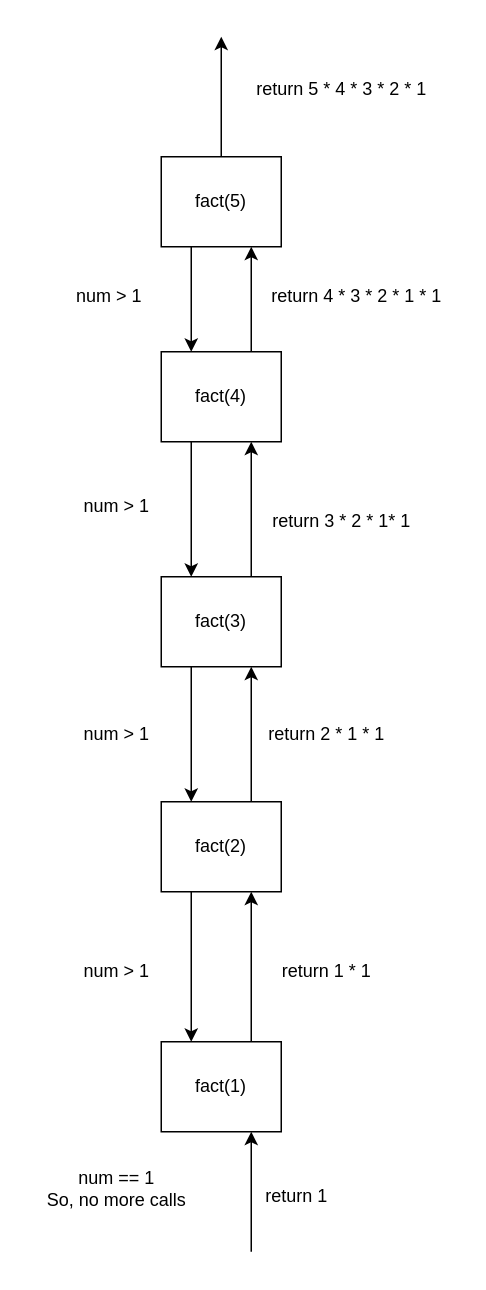
This is 02_Functions/recursion.drawio from Sri170303/Basic-JavaScript, a draw.io file, before an edit. Source tidied: cells renumbered, new cells numbered last; positions are measured from the earlier drawing's top-left corner, leaving out a move shared by most shapes. Both pictures are drawn from the tidied source at 150%, with x=0, y=0 at pixel (26, 36).
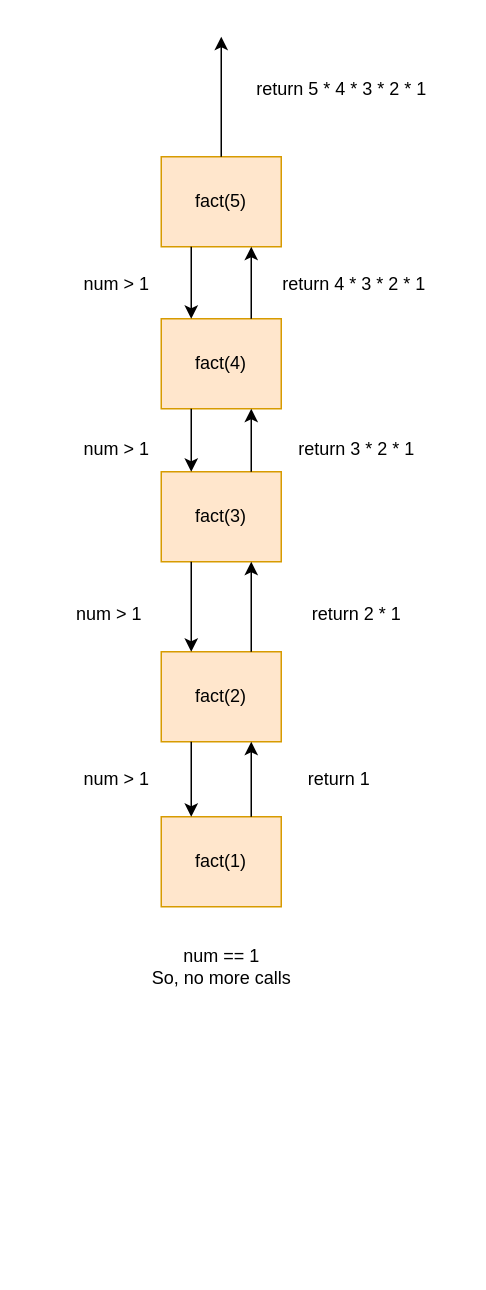
The same diagram, later.

Change to the diagram source:
```diff
@@
-    <mxCell id="2" value="fact(5)" style="rounded=0;whiteSpace=wrap;html=1;" parent="1" vertex="1">
+    <mxCell id="2" value="fact(5)" style="rounded=0;whiteSpace=wrap;html=1;fillColor=#ffe6cc;strokeColor=#d79b00;" parent="1" vertex="1">
       <mxGeometry x="90" y="80" width="80" height="60" as="geometry" />
     </mxCell>
-    <mxCell id="3" value="fact(4)" style="rounded=0;whiteSpace=wrap;html=1;" parent="1" vertex="1">
-      <mxGeometry x="90" y="210" width="80" height="60" as="geometry" />
+    <mxCell id="3" value="fact(4)" style="rounded=0;whiteSpace=wrap;html=1;fillColor=#ffe6cc;strokeColor=#d79b00;" parent="1" vertex="1">
+      <mxGeometry x="90" y="188" width="80" height="60" as="geometry" />
     </mxCell>
-    <mxCell id="4" value="fact(3)" style="rounded=0;whiteSpace=wrap;html=1;" parent="1" vertex="1">
-      <mxGeometry x="90" y="360" width="80" height="60" as="geometry" />
+    <mxCell id="4" value="fact(3)" style="rounded=0;whiteSpace=wrap;html=1;fillColor=#ffe6cc;strokeColor=#d79b00;" parent="1" vertex="1">
+      <mxGeometry x="90" y="290" width="80" height="60" as="geometry" />
     </mxCell>
-    <mxCell id="5" value="fact(2)" style="rounded=0;whiteSpace=wrap;html=1;" parent="1" vertex="1">
-      <mxGeometry x="90" y="510" width="80" height="60" as="geometry" />
+    <mxCell id="5" value="fact(2)" style="rounded=0;whiteSpace=wrap;html=1;fillColor=#ffe6cc;strokeColor=#d79b00;" parent="1" vertex="1">
+      <mxGeometry x="90" y="410" width="80" height="60" as="geometry" />
     </mxCell>
-    <mxCell id="6" value="fact(1)" style="rounded=0;whiteSpace=wrap;html=1;" parent="1" vertex="1">
-      <mxGeometry x="90" y="670" width="80" height="60" as="geometry" />
+    <mxCell id="6" value="fact(1)" style="rounded=0;whiteSpace=wrap;html=1;fillColor=#ffe6cc;strokeColor=#d79b00;" parent="1" vertex="1">
+      <mxGeometry x="90" y="520" width="80" height="60" as="geometry" />
     </mxCell>
@@
     <mxCell id="11" value="num &amp;gt; 1" style="text;html=1;align=center;verticalAlign=middle;strokeColor=none;fillColor=none;" parent="1" vertex="1">
-      <mxGeometry x="20" y="158" width="70" height="30" as="geometry" />
+      <mxGeometry x="25" y="150" width="70" height="30" as="geometry" />
     </mxCell>
     <mxCell id="12" value="num &amp;gt; 1" style="text;html=1;align=center;verticalAlign=middle;strokeColor=none;fillColor=none;" parent="1" vertex="1">
-      <mxGeometry x="25" y="298" width="70" height="30" as="geometry" />
+      <mxGeometry x="25" y="260" width="70" height="30" as="geometry" />
     </mxCell>
     <mxCell id="13" value="num &amp;gt; 1" style="text;html=1;align=center;verticalAlign=middle;strokeColor=none;fillColor=none;" parent="1" vertex="1">
-      <mxGeometry x="25" y="450" width="70" height="30" as="geometry" />
+      <mxGeometry x="20" y="370" width="70" height="30" as="geometry" />
     </mxCell>
     <mxCell id="14" value="num &amp;gt; 1" style="text;html=1;align=center;verticalAlign=middle;strokeColor=none;fillColor=none;" parent="1" vertex="1">
-      <mxGeometry x="25" y="608" width="70" height="30" as="geometry" />
+      <mxGeometry x="25" y="480" width="70" height="30" as="geometry" />
     </mxCell>
     <mxCell id="15" value="num == 1&lt;div&gt;So, no more calls&lt;/div&gt;" style="text;html=1;align=center;verticalAlign=middle;strokeColor=none;fillColor=none;" parent="1" vertex="1">
-      <mxGeometry y="748" width="120" height="40" as="geometry" />
+      <mxGeometry x="70" y="600" width="120" height="40" as="geometry" />
     </mxCell>
-    <mxCell id="16" style="endArrow=classic;html=1;" parent="1" edge="1">
-      <mxGeometry relative="1" as="geometry">
-        <mxPoint x="150" y="810" as="sourcePoint" />
-        <mxPoint x="150" y="730" as="targetPoint" />
-      </mxGeometry>
-    </mxCell>
-    <mxCell id="17" value="return 1" style="text;html=1;align=center;verticalAlign=middle;strokeColor=none;fillColor=none;" parent="1" vertex="1">
-      <mxGeometry x="150" y="758" width="60" height="30" as="geometry" />
-    </mxCell>
-    <mxCell id="18" value="return 1 * 1" style="text;html=1;align=center;verticalAlign=middle;strokeColor=none;fillColor=none;" parent="1" vertex="1">
-      <mxGeometry x="160" y="608" width="80" height="30" as="geometry" />
+    <mxCell id="18" value="return 1&amp;nbsp;" style="text;html=1;align=center;verticalAlign=middle;strokeColor=none;fillColor=none;" parent="1" vertex="1">
+      <mxGeometry x="175" y="480" width="70" height="30" as="geometry" />
     </mxCell>
@@
-    <mxCell id="20" value="return 2 * 1 * 1" style="text;html=1;align=center;verticalAlign=middle;strokeColor=none;fillColor=none;" parent="1" vertex="1">
-      <mxGeometry x="150" y="450" width="100" height="30" as="geometry" />
+    <mxCell id="20" value="return 2 * 1" style="text;html=1;align=center;verticalAlign=middle;strokeColor=none;fillColor=none;" parent="1" vertex="1">
+      <mxGeometry x="180" y="370" width="80" height="30" as="geometry" />
     </mxCell>
@@
-    <mxCell id="23" value="return 3 * 2 * 1* 1" style="text;html=1;align=center;verticalAlign=middle;strokeColor=none;fillColor=none;" parent="1" vertex="1">
-      <mxGeometry x="150" y="308" width="120" height="30" as="geometry" />
+    <mxCell id="23" value="return 3 * 2 * 1" style="text;html=1;align=center;verticalAlign=middle;strokeColor=none;fillColor=none;" parent="1" vertex="1">
+      <mxGeometry x="170" y="260" width="100" height="30" as="geometry" />
     </mxCell>
@@
-    <mxCell id="25" value="return 4 * 3 * 2 * 1 * 1" style="text;html=1;align=center;verticalAlign=middle;strokeColor=none;fillColor=none;" parent="1" vertex="1">
-      <mxGeometry x="150" y="158" width="140" height="30" as="geometry" />
+    <mxCell id="25" value="return 4 * 3 * 2 * 1&amp;nbsp;" style="text;html=1;align=center;verticalAlign=middle;strokeColor=none;fillColor=none;" parent="1" vertex="1">
+      <mxGeometry x="160" y="150" width="120" height="30" as="geometry" />
     </mxCell>
```
